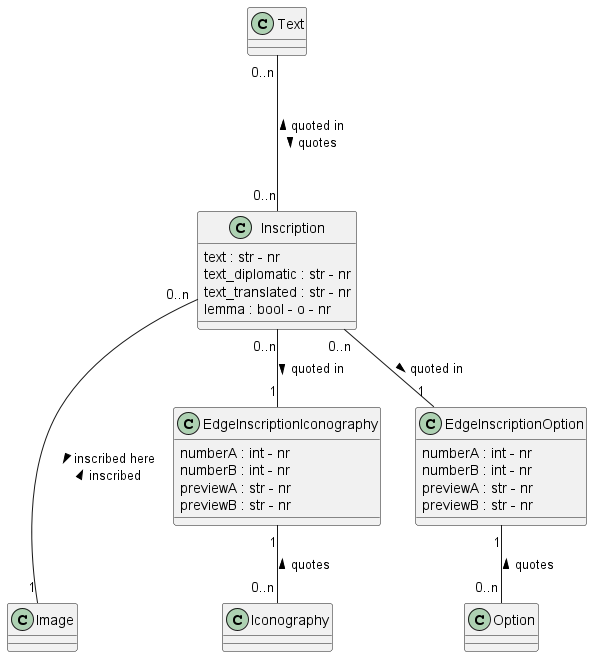
tmasch/bpf_be keeps this PlantUML diagram as documentation/class_diagrams/Inscription.png. Above is the earlier version.
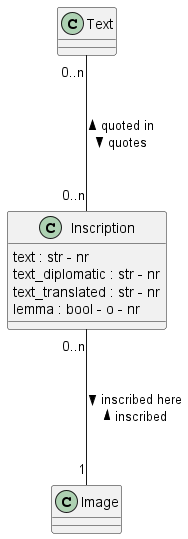
After the change.

Diff of the diagram source:
```diff
@@ -1,4 +1,4 @@
-@startuml
+@startuml Inscription
 
 class Inscription
 Inscription : text : str - nr
@@ -10,32 +10,13 @@
 
 class Image
 
-class Iconography
 
-class Option
-
-class EdgeInscriptionIconography
-EdgeInscriptionIconography : numberA : int - nr
-EdgeInscriptionIconography : numberB : int - nr
-EdgeInscriptionIconography : previewA : str - nr
-EdgeInscriptionIconography : previewB : str - nr
-
-class EdgeInscriptionOption
-EdgeInscriptionOption : numberA : int - nr
-EdgeInscriptionOption : numberB : int - nr
-EdgeInscriptionOption : previewA : str - nr
-EdgeInscriptionOption : previewB : str - nr
 
 
 Inscription "0..n" --- "1" Image : > inscribed here \n inscribed  <
 
 Text "0..n" --- "0..n" Inscription : < quoted in \n quotes >
 
-Inscription "0..n" -- "1" EdgeInscriptionIconography : > quoted in
-EdgeInscriptionIconography "1" -- "0..n" Iconography : quotes <
-
-Inscription "0..n" -- "1" EdgeInscriptionOption : > quoted in
-EdgeInscriptionOption "1" -- "0..n" Option : quotes <
 
 
 @enduml
```
